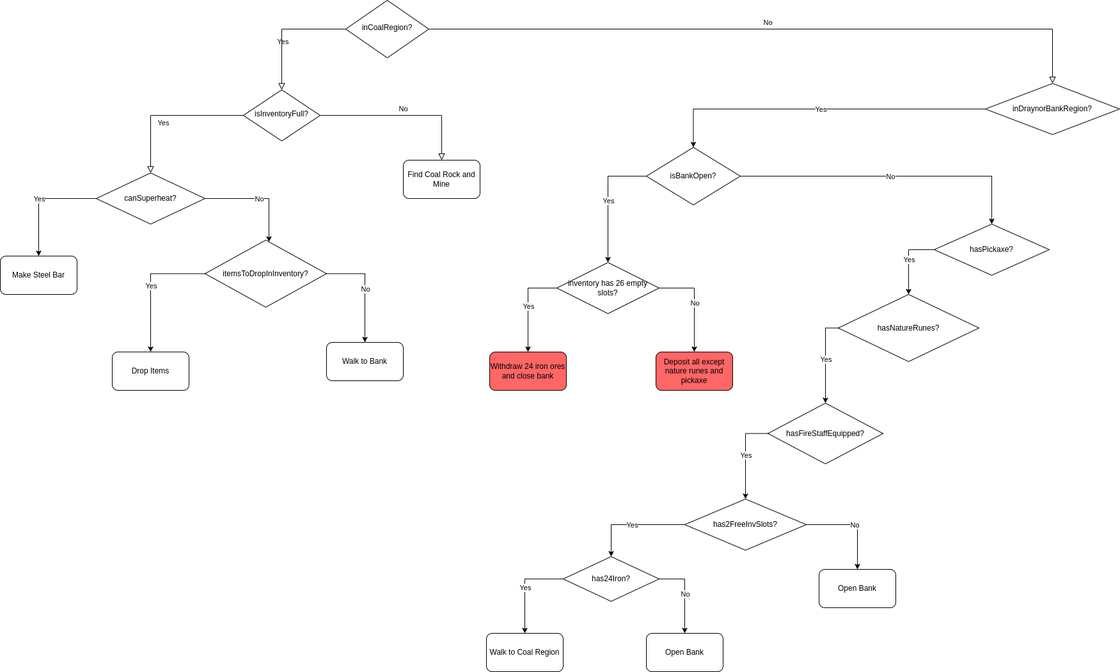
palyfight/superheat-bot keeps this draw.io diagram as flowchart.png. Above is the earlier version. Source tidied: cells renumbered, new cells last; positions are measured from the earlier drawing's top-left corner, leaving out a move shared by most shapes. Its diagram source:
```xml
<mxGraphModel>
  <root>
    <mxCell id="0" />
    <mxCell id="1" parent="0" />
    <mxCell id="2" value="Yes" style="rounded=0;html=1;jettySize=auto;fontSize=11;endArrow=block;endFill=0;endSize=8;strokeWidth=1;shadow=0;labelBackgroundColor=none;edgeStyle=orthogonalEdgeStyle;" parent="1" edge="1" source="4" target="7">
      <mxGeometry y="20" relative="1" as="geometry" />
    </mxCell>
    <mxCell id="3" value="No" style="edgeStyle=orthogonalEdgeStyle;rounded=0;html=1;jettySize=auto;fontSize=11;endArrow=block;endFill=0;endSize=8;strokeWidth=1;shadow=0;labelBackgroundColor=none;" parent="1" edge="1" source="4" target="15">
      <mxGeometry y="10" relative="1" as="geometry" />
    </mxCell>
    <mxCell id="4" value="inCoalRegion?" style="rhombus;whiteSpace=wrap;html=1;shadow=0;fontFamily=Helvetica;fontSize=12;align=center;strokeWidth=1;spacing=6;spacingTop=-4;" parent="1" vertex="1">
      <mxGeometry x="540" width="130" height="90" as="geometry" />
    </mxCell>
    <mxCell id="5" value="Yes" style="rounded=0;html=1;jettySize=auto;fontSize=11;endArrow=block;endFill=0;endSize=8;strokeWidth=1;shadow=0;labelBackgroundColor=none;edgeStyle=orthogonalEdgeStyle;" parent="1" edge="1" source="7" target="8">
      <mxGeometry x="0.33" y="20" relative="1" as="geometry" />
    </mxCell>
    <mxCell id="6" value="No" style="edgeStyle=orthogonalEdgeStyle;rounded=0;html=1;jettySize=auto;fontSize=11;endArrow=block;endFill=0;endSize=8;strokeWidth=1;shadow=0;labelBackgroundColor=none;entryX=0.5;entryY=0;entryDx=0;entryDy=0;" parent="1" edge="1" source="7" target="14">
      <mxGeometry y="10" relative="1" as="geometry" />
    </mxCell>
    <mxCell id="7" value="isInventoryFull?" style="rhombus;whiteSpace=wrap;html=1;shadow=0;fontFamily=Helvetica;fontSize=12;align=center;strokeWidth=1;spacing=6;spacingTop=-4;" parent="1" vertex="1">
      <mxGeometry x="380" y="140" width="120" height="80" as="geometry" />
    </mxCell>
    <mxCell id="8" value="canSuperheat?" style="rhombus;whiteSpace=wrap;html=1;" parent="1" vertex="1">
      <mxGeometry x="150" y="270" width="170" height="80" as="geometry" />
    </mxCell>
    <mxCell id="9" style="endArrow=classic;html=1;rounded=0;exitX=0;exitY=0.5;exitDx=0;exitDy=0;edgeStyle=orthogonalEdgeStyle;" parent="1" edge="1" source="8" target="11">
      <mxGeometry relative="1" as="geometry" />
    </mxCell>
    <mxCell id="10" value="Yes" style="edgeLabel;html=1;align=center;verticalAlign=middle;" parent="9" vertex="1">
      <mxGeometry relative="1" as="geometry" />
    </mxCell>
    <mxCell id="11" value="Make Steel Bar" style="rounded=1;whiteSpace=wrap;html=1;" parent="1" vertex="1">
      <mxGeometry y="400" width="120" height="60" as="geometry" />
    </mxCell>
    <mxCell id="12" style="endArrow=classic;html=1;rounded=0;exitX=1;exitY=0.5;exitDx=0;exitDy=0;edgeStyle=orthogonalEdgeStyle;" parent="1" edge="1" source="8" target="46">
      <mxGeometry relative="1" as="geometry">
        <Array as="points">
          <mxPoint x="420" y="310" />
          <mxPoint x="420" y="410" />
        </Array>
      </mxGeometry>
    </mxCell>
    <mxCell id="13" value="No" style="edgeLabel;html=1;align=center;verticalAlign=middle;" parent="12" vertex="1">
      <mxGeometry relative="1" as="geometry" />
    </mxCell>
    <mxCell id="14" value="Find Coal Rock and Mine" style="rounded=1;whiteSpace=wrap;html=1;" parent="1" vertex="1">
      <mxGeometry x="630" y="250" width="120" height="60" as="geometry" />
    </mxCell>
    <mxCell id="15" value="inDraynorBankRegion?" style="rhombus;whiteSpace=wrap;html=1;" parent="1" vertex="1">
      <mxGeometry x="1540" y="130" width="210" height="80" as="geometry" />
    </mxCell>
    <mxCell id="16" style="endArrow=classic;html=1;rounded=0;exitX=0;exitY=0.5;exitDx=0;exitDy=0;edgeStyle=orthogonalEdgeStyle;" parent="1" edge="1" source="15" target="18">
      <mxGeometry relative="1" as="geometry" />
    </mxCell>
    <mxCell id="17" value="Yes" style="edgeLabel;html=1;align=center;verticalAlign=middle;" parent="16" vertex="1">
      <mxGeometry relative="1" as="geometry" />
    </mxCell>
    <mxCell id="18" value="isBankOpen?" style="rhombus;whiteSpace=wrap;html=1;" parent="1" vertex="1">
      <mxGeometry x="1010" y="230" width="147" height="90" as="geometry" />
    </mxCell>
    <mxCell id="19" style="endArrow=classic;html=1;rounded=0;exitX=0;exitY=0.5;exitDx=0;exitDy=0;edgeStyle=orthogonalEdgeStyle;" parent="1" edge="1" source="18" target="21">
      <mxGeometry relative="1" as="geometry" />
    </mxCell>
    <mxCell id="20" value="Yes" style="edgeLabel;html=1;align=center;verticalAlign=middle;" parent="19" vertex="1">
      <mxGeometry relative="1" as="geometry" />
    </mxCell>
    <mxCell id="21" value="inventory has 26 empty slots?" style="rhombus;whiteSpace=wrap;html=1;" parent="1" vertex="1">
      <mxGeometry x="870" y="410" width="160" height="80" as="geometry" />
    </mxCell>
    <mxCell id="22" style="endArrow=classic;html=1;rounded=0;exitX=0;exitY=0.5;exitDx=0;exitDy=0;edgeStyle=orthogonalEdgeStyle;" parent="1" edge="1" source="21" target="27">
      <mxGeometry relative="1" as="geometry" />
    </mxCell>
    <mxCell id="23" value="Yes" style="edgeLabel;html=1;align=center;verticalAlign=middle;" parent="22" vertex="1">
      <mxGeometry relative="1" as="geometry" />
    </mxCell>
    <mxCell id="24" style="endArrow=classic;html=1;rounded=0;exitX=1;exitY=0.5;exitDx=0;exitDy=0;edgeStyle=orthogonalEdgeStyle;" parent="1" edge="1" source="21" target="26">
      <mxGeometry relative="1" as="geometry" />
    </mxCell>
    <mxCell id="25" value="No" style="edgeLabel;html=1;align=center;verticalAlign=middle;" parent="24" vertex="1">
      <mxGeometry relative="1" as="geometry" />
    </mxCell>
    <mxCell id="26" value="Deposit all except nature runes and pickaxe" style="rounded=1;whiteSpace=wrap;html=1;fillColor=#FF6666;" parent="1" vertex="1">
      <mxGeometry x="1025" y="550" width="120" height="60" as="geometry" />
    </mxCell>
    <mxCell id="27" value="Withdraw 24 iron ores&lt;br style=&quot;border-color: var(--border-color);&quot;&gt;and close bank" style="rounded=1;whiteSpace=wrap;html=1;fillColor=#FF6666;" parent="1" vertex="1">
      <mxGeometry x="765" y="550" width="120" height="60" as="geometry" />
    </mxCell>
    <mxCell id="28" style="endArrow=classic;html=1;rounded=0;exitX=1;exitY=0.5;exitDx=0;exitDy=0;edgeStyle=orthogonalEdgeStyle;" parent="1" edge="1" source="18" target="30">
      <mxGeometry relative="1" as="geometry" />
    </mxCell>
    <mxCell id="29" value="No" style="edgeLabel;html=1;align=center;verticalAlign=middle;" parent="28" vertex="1">
      <mxGeometry relative="1" as="geometry" />
    </mxCell>
    <mxCell id="30" value="hasPickaxe?" style="rhombus;whiteSpace=wrap;html=1;" parent="1" vertex="1">
      <mxGeometry x="1460" y="350" width="180" height="80" as="geometry" />
    </mxCell>
    <mxCell id="31" style="endArrow=classic;html=1;rounded=0;exitX=0;exitY=0.5;exitDx=0;exitDy=0;edgeStyle=orthogonalEdgeStyle;" parent="1" edge="1" source="30" target="33">
      <mxGeometry relative="1" as="geometry" />
    </mxCell>
    <mxCell id="32" value="Yes" style="edgeLabel;html=1;align=center;verticalAlign=middle;" parent="31" vertex="1">
      <mxGeometry relative="1" as="geometry" />
    </mxCell>
    <mxCell id="33" value="hasNatureRunes?" style="rhombus;whiteSpace=wrap;html=1;" parent="1" vertex="1">
      <mxGeometry x="1310" y="460" width="220" height="105" as="geometry" />
    </mxCell>
    <mxCell id="34" style="endArrow=classic;html=1;rounded=0;edgeStyle=orthogonalEdgeStyle;exitX=0;exitY=0.5;exitDx=0;exitDy=0;" parent="1" edge="1" source="33" target="36">
      <mxGeometry relative="1" as="geometry" />
    </mxCell>
    <mxCell id="35" value="Yes" style="edgeLabel;html=1;align=center;verticalAlign=middle;" parent="34" vertex="1">
      <mxGeometry relative="1" as="geometry" />
    </mxCell>
    <mxCell id="36" value="hasFireStaffEquipped?" style="rhombus;whiteSpace=wrap;html=1;" parent="1" vertex="1">
      <mxGeometry x="1200" y="630" width="180" height="95" as="geometry" />
    </mxCell>
    <mxCell id="37" style="endArrow=classic;html=1;rounded=0;exitX=0;exitY=0.5;exitDx=0;exitDy=0;edgeStyle=orthogonalEdgeStyle;" parent="1" edge="1" source="36" target="39">
      <mxGeometry relative="1" as="geometry" />
    </mxCell>
    <mxCell id="38" value="Yes" style="edgeLabel;html=1;align=center;verticalAlign=middle;" parent="37" vertex="1">
      <mxGeometry relative="1" as="geometry" />
    </mxCell>
    <mxCell id="39" value="has2FreeInvSlots?" style="rhombus;whiteSpace=wrap;html=1;" parent="1" vertex="1">
      <mxGeometry x="1070" y="780" width="190" height="80" as="geometry" />
    </mxCell>
    <mxCell id="40" style="endArrow=classic;html=1;rounded=0;exitX=0;exitY=0.5;exitDx=0;exitDy=0;edgeStyle=orthogonalEdgeStyle;" parent="1" edge="1" source="39" target="42">
      <mxGeometry relative="1" as="geometry" />
    </mxCell>
    <mxCell id="41" value="Yes" style="edgeLabel;html=1;align=center;verticalAlign=middle;" parent="40" vertex="1">
      <mxGeometry relative="1" as="geometry" />
    </mxCell>
    <mxCell id="42" value="has24Iron?" style="rhombus;whiteSpace=wrap;html=1;" parent="1" vertex="1">
      <mxGeometry x="880" y="870" width="150" height="70" as="geometry" />
    </mxCell>
    <mxCell id="43" style="endArrow=classic;html=1;rounded=0;exitX=0;exitY=0.5;exitDx=0;exitDy=0;edgeStyle=orthogonalEdgeStyle;" parent="1" edge="1" source="42" target="45">
      <mxGeometry relative="1" as="geometry" />
    </mxCell>
    <mxCell id="44" value="Yes" style="edgeLabel;html=1;align=center;verticalAlign=middle;" parent="43" vertex="1">
      <mxGeometry relative="1" as="geometry" />
    </mxCell>
    <mxCell id="45" value="Walk to Coal Region" style="rounded=1;whiteSpace=wrap;html=1;" parent="1" vertex="1">
      <mxGeometry x="760" y="990" width="120" height="60" as="geometry" />
    </mxCell>
    <mxCell id="46" value="itemsToDropInInventory?" style="rhombus;whiteSpace=wrap;html=1;" parent="1" vertex="1">
      <mxGeometry x="320" y="375" width="190" height="105" as="geometry" />
    </mxCell>
    <mxCell id="47" style="endArrow=classic;html=1;rounded=0;exitX=0;exitY=0.5;exitDx=0;exitDy=0;edgeStyle=orthogonalEdgeStyle;" parent="1" edge="1" source="46" target="49">
      <mxGeometry relative="1" as="geometry" />
    </mxCell>
    <mxCell id="48" value="Yes" style="edgeLabel;html=1;align=center;verticalAlign=middle;" parent="47" vertex="1">
      <mxGeometry relative="1" as="geometry" />
    </mxCell>
    <mxCell id="49" value="Drop Items" style="rounded=1;whiteSpace=wrap;html=1;" parent="1" vertex="1">
      <mxGeometry x="175" y="550" width="120" height="60" as="geometry" />
    </mxCell>
    <mxCell id="50" style="endArrow=classic;html=1;rounded=0;exitX=1;exitY=0.5;exitDx=0;exitDy=0;edgeStyle=orthogonalEdgeStyle;" parent="1" edge="1" source="46" target="52">
      <mxGeometry relative="1" as="geometry" />
    </mxCell>
    <mxCell id="51" value="No" style="edgeLabel;html=1;align=center;verticalAlign=middle;" parent="50" vertex="1">
      <mxGeometry relative="1" as="geometry" />
    </mxCell>
    <mxCell id="52" value="Walk to Bank" style="rounded=1;whiteSpace=wrap;html=1;" parent="1" vertex="1">
      <mxGeometry x="510" y="535" width="120" height="60" as="geometry" />
    </mxCell>
    <mxCell id="53" style="endArrow=classic;html=1;rounded=0;exitX=1;exitY=0.5;exitDx=0;exitDy=0;edgeStyle=orthogonalEdgeStyle;" parent="1" edge="1" source="42" target="55">
      <mxGeometry relative="1" as="geometry" />
    </mxCell>
    <mxCell id="54" value="No" style="edgeLabel;html=1;align=center;verticalAlign=middle;" parent="53" vertex="1">
      <mxGeometry relative="1" as="geometry" />
    </mxCell>
    <mxCell id="55" value="Open Bank" style="rounded=1;whiteSpace=wrap;html=1;" parent="1" vertex="1">
      <mxGeometry x="1010" y="990" width="120" height="60" as="geometry" />
    </mxCell>
    <mxCell id="56" style="endArrow=classic;html=1;rounded=0;exitX=1;exitY=0.5;exitDx=0;exitDy=0;edgeStyle=orthogonalEdgeStyle;" parent="1" edge="1" source="39" target="58">
      <mxGeometry relative="1" as="geometry" />
    </mxCell>
    <mxCell id="57" value="No" style="edgeLabel;html=1;align=center;verticalAlign=middle;" parent="56" vertex="1">
      <mxGeometry relative="1" as="geometry" />
    </mxCell>
    <mxCell id="58" value="Open Bank" style="rounded=1;whiteSpace=wrap;html=1;" parent="1" vertex="1">
      <mxGeometry x="1280" y="890" width="120" height="60" as="geometry" />
    </mxCell>
  </root>
</mxGraphModel>
```
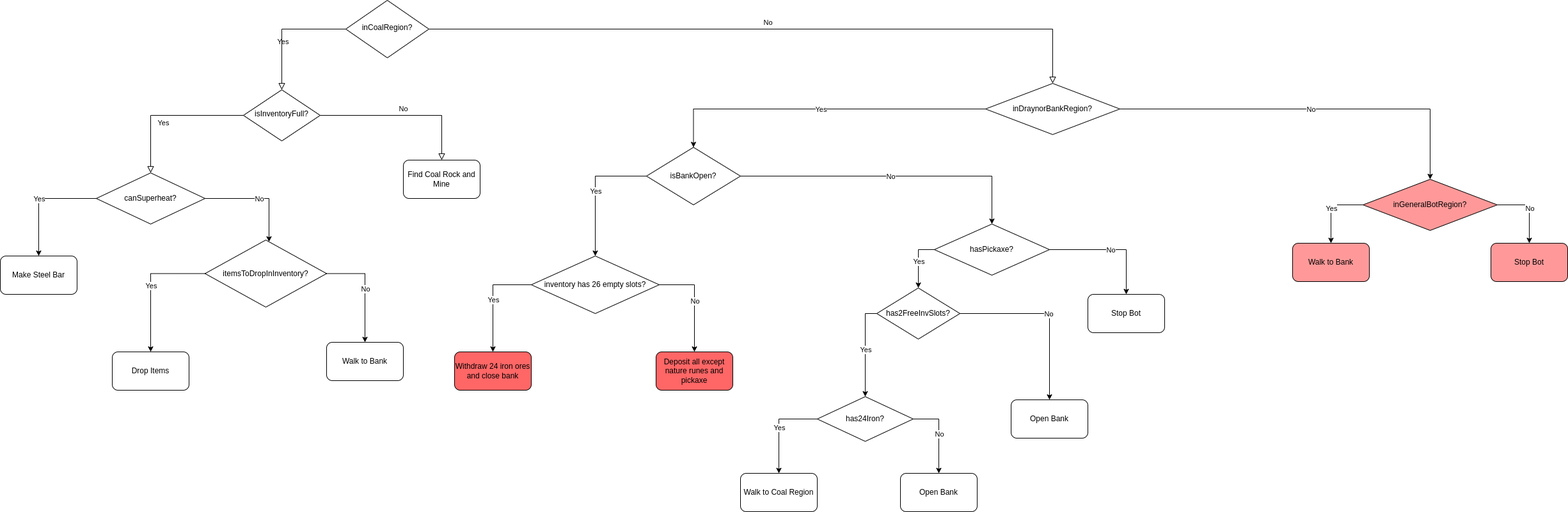
Above is the later version.

The edit, as a diff of the source:
```diff
@@ -65,7 +65,7 @@
       <mxGeometry relative="1" as="geometry" />
     </mxCell>
     <mxCell id="21" value="inventory has 26 empty slots?" style="rhombus;whiteSpace=wrap;html=1;" parent="1" vertex="1">
-      <mxGeometry x="870" y="410" width="160" height="80" as="geometry" />
+      <mxGeometry x="830" y="400" width="200" height="90" as="geometry" />
     </mxCell>
     <mxCell id="22" style="endArrow=classic;html=1;rounded=0;exitX=0;exitY=0.5;exitDx=0;exitDy=0;edgeStyle=orthogonalEdgeStyle;" parent="1" edge="1" source="21" target="27">
       <mxGeometry relative="1" as="geometry" />
@@ -83,7 +83,7 @@
       <mxGeometry x="1025" y="550" width="120" height="60" as="geometry" />
     </mxCell>
     <mxCell id="27" value="Withdraw 24 iron ores&lt;br style=&quot;border-color: var(--border-color);&quot;&gt;and close bank" style="rounded=1;whiteSpace=wrap;html=1;fillColor=#FF6666;" parent="1" vertex="1">
-      <mxGeometry x="765" y="550" width="120" height="60" as="geometry" />
+      <mxGeometry x="710" y="550" width="120" height="60" as="geometry" />
     </mxCell>
     <mxCell id="28" style="endArrow=classic;html=1;rounded=0;exitX=1;exitY=0.5;exitDx=0;exitDy=0;edgeStyle=orthogonalEdgeStyle;" parent="1" edge="1" source="18" target="30">
       <mxGeometry relative="1" as="geometry" />
@@ -94,32 +94,14 @@
     <mxCell id="30" value="hasPickaxe?" style="rhombus;whiteSpace=wrap;html=1;" parent="1" vertex="1">
       <mxGeometry x="1460" y="350" width="180" height="80" as="geometry" />
     </mxCell>
-    <mxCell id="31" style="endArrow=classic;html=1;rounded=0;exitX=0;exitY=0.5;exitDx=0;exitDy=0;edgeStyle=orthogonalEdgeStyle;" parent="1" edge="1" source="30" target="33">
+    <mxCell id="31" style="endArrow=classic;html=1;rounded=0;exitX=0;exitY=0.5;exitDx=0;exitDy=0;edgeStyle=orthogonalEdgeStyle;entryX=0.5;entryY=0;entryDx=0;entryDy=0;" parent="1" edge="1" source="30" target="39">
       <mxGeometry relative="1" as="geometry" />
     </mxCell>
     <mxCell id="32" value="Yes" style="edgeLabel;html=1;align=center;verticalAlign=middle;" parent="31" vertex="1">
       <mxGeometry relative="1" as="geometry" />
     </mxCell>
-    <mxCell id="33" value="hasNatureRunes?" style="rhombus;whiteSpace=wrap;html=1;" parent="1" vertex="1">
-      <mxGeometry x="1310" y="460" width="220" height="105" as="geometry" />
-    </mxCell>
-    <mxCell id="34" style="endArrow=classic;html=1;rounded=0;edgeStyle=orthogonalEdgeStyle;exitX=0;exitY=0.5;exitDx=0;exitDy=0;" parent="1" edge="1" source="33" target="36">
-      <mxGeometry relative="1" as="geometry" />
-    </mxCell>
-    <mxCell id="35" value="Yes" style="edgeLabel;html=1;align=center;verticalAlign=middle;" parent="34" vertex="1">
-      <mxGeometry relative="1" as="geometry" />
-    </mxCell>
-    <mxCell id="36" value="hasFireStaffEquipped?" style="rhombus;whiteSpace=wrap;html=1;" parent="1" vertex="1">
-      <mxGeometry x="1200" y="630" width="180" height="95" as="geometry" />
-    </mxCell>
-    <mxCell id="37" style="endArrow=classic;html=1;rounded=0;exitX=0;exitY=0.5;exitDx=0;exitDy=0;edgeStyle=orthogonalEdgeStyle;" parent="1" edge="1" source="36" target="39">
-      <mxGeometry relative="1" as="geometry" />
-    </mxCell>
-    <mxCell id="38" value="Yes" style="edgeLabel;html=1;align=center;verticalAlign=middle;" parent="37" vertex="1">
-      <mxGeometry relative="1" as="geometry" />
-    </mxCell>
     <mxCell id="39" value="has2FreeInvSlots?" style="rhombus;whiteSpace=wrap;html=1;" parent="1" vertex="1">
-      <mxGeometry x="1070" y="780" width="190" height="80" as="geometry" />
+      <mxGeometry x="1370" y="450" width="130" height="80" as="geometry" />
     </mxCell>
     <mxCell id="40" style="endArrow=classic;html=1;rounded=0;exitX=0;exitY=0.5;exitDx=0;exitDy=0;edgeStyle=orthogonalEdgeStyle;" parent="1" edge="1" source="39" target="42">
       <mxGeometry relative="1" as="geometry" />
@@ -128,7 +110,7 @@
       <mxGeometry relative="1" as="geometry" />
     </mxCell>
     <mxCell id="42" value="has24Iron?" style="rhombus;whiteSpace=wrap;html=1;" parent="1" vertex="1">
-      <mxGeometry x="880" y="870" width="150" height="70" as="geometry" />
+      <mxGeometry x="1277" y="620" width="150" height="70" as="geometry" />
     </mxCell>
     <mxCell id="43" style="endArrow=classic;html=1;rounded=0;exitX=0;exitY=0.5;exitDx=0;exitDy=0;edgeStyle=orthogonalEdgeStyle;" parent="1" edge="1" source="42" target="45">
       <mxGeometry relative="1" as="geometry" />
@@ -137,7 +119,7 @@
       <mxGeometry relative="1" as="geometry" />
     </mxCell>
     <mxCell id="45" value="Walk to Coal Region" style="rounded=1;whiteSpace=wrap;html=1;" parent="1" vertex="1">
-      <mxGeometry x="760" y="990" width="120" height="60" as="geometry" />
+      <mxGeometry x="1157" y="740" width="120" height="60" as="geometry" />
     </mxCell>
     <mxCell id="46" value="itemsToDropInInventory?" style="rhombus;whiteSpace=wrap;html=1;" parent="1" vertex="1">
       <mxGeometry x="320" y="375" width="190" height="105" as="geometry" />
@@ -167,7 +149,7 @@
       <mxGeometry relative="1" as="geometry" />
     </mxCell>
     <mxCell id="55" value="Open Bank" style="rounded=1;whiteSpace=wrap;html=1;" parent="1" vertex="1">
-      <mxGeometry x="1010" y="990" width="120" height="60" as="geometry" />
+      <mxGeometry x="1407" y="740" width="120" height="60" as="geometry" />
     </mxCell>
     <mxCell id="56" style="endArrow=classic;html=1;rounded=0;exitX=1;exitY=0.5;exitDx=0;exitDy=0;edgeStyle=orthogonalEdgeStyle;" parent="1" edge="1" source="39" target="58">
       <mxGeometry relative="1" as="geometry" />
@@ -176,7 +158,43 @@
       <mxGeometry relative="1" as="geometry" />
     </mxCell>
     <mxCell id="58" value="Open Bank" style="rounded=1;whiteSpace=wrap;html=1;" parent="1" vertex="1">
-      <mxGeometry x="1280" y="890" width="120" height="60" as="geometry" />
+      <mxGeometry x="1580" y="625" width="120" height="60" as="geometry" />
     </mxCell>
+    <mxCell id="59" style="endArrow=classic;html=1;rounded=0;exitX=1;exitY=0.5;exitDx=0;exitDy=0;edgeStyle=orthogonalEdgeStyle;" parent="1" edge="1" source="30" target="61">
+      <mxGeometry relative="1" as="geometry" />
+    </mxCell>
+    <mxCell id="60" value="No" style="edgeLabel;html=1;align=center;verticalAlign=middle;fillColor=#FFFFFF;" parent="59" vertex="1">
+      <mxGeometry relative="1" as="geometry" />
+    </mxCell>
+    <mxCell id="61" value="Stop Bot" style="rounded=1;whiteSpace=wrap;html=1;fillColor=#FFFFFF;" parent="1" vertex="1">
+      <mxGeometry x="1700" y="460" width="120" height="60" as="geometry" />
+    </mxCell>
+    <mxCell id="62" style="endArrow=classic;html=1;rounded=0;exitX=1;exitY=0.5;exitDx=0;exitDy=0;edgeStyle=orthogonalEdgeStyle;" parent="1" edge="1" source="15" target="64">
+      <mxGeometry relative="1" as="geometry" />
+    </mxCell>
+    <mxCell id="63" value="No" style="edgeLabel;html=1;align=center;verticalAlign=middle;fillColor=#FFFFFF;" parent="62" vertex="1">
+      <mxGeometry relative="1" as="geometry" />
+    </mxCell>
+    <mxCell id="64" value="inGeneralBotRegion?" style="rhombus;whiteSpace=wrap;html=1;fillColor=#FF9999;" parent="1" vertex="1">
+      <mxGeometry x="2130" y="280" width="210" height="80" as="geometry" />
+    </mxCell>
+    <mxCell id="65" style="endArrow=classic;html=1;rounded=0;exitX=1;exitY=0.5;exitDx=0;exitDy=0;edgeStyle=orthogonalEdgeStyle;fillColor=#FF9999;" parent="1" edge="1" source="64" target="70">
+      <mxGeometry relative="1" as="geometry" />
+    </mxCell>
+    <mxCell id="66" value="No" style="edgeLabel;html=1;align=center;verticalAlign=middle;fillColor=#FF9999;" parent="65" vertex="1">
+      <mxGeometry relative="1" as="geometry" />
+    </mxCell>
+    <mxCell id="67" style="endArrow=classic;html=1;rounded=0;exitX=0;exitY=0.5;exitDx=0;exitDy=0;edgeStyle=orthogonalEdgeStyle;fillColor=#FF9999;" parent="1" edge="1" source="64" target="69">
+      <mxGeometry relative="1" as="geometry" />
+    </mxCell>
+    <mxCell id="68" value="Yes" style="edgeLabel;html=1;align=center;verticalAlign=middle;fillColor=#FF9999;" parent="67" vertex="1">
+      <mxGeometry relative="1" as="geometry" />
+    </mxCell>
+    <mxCell id="69" value="Walk to Bank" style="rounded=1;whiteSpace=wrap;html=1;fillColor=#FF9999;" parent="1" vertex="1">
+      <mxGeometry x="2020" y="380" width="120" height="60" as="geometry" />
+    </mxCell>
+    <mxCell id="70" value="Stop Bot" style="rounded=1;whiteSpace=wrap;html=1;fillColor=#FF9999;" parent="1" vertex="1">
+      <mxGeometry x="2330" y="380" width="120" height="60" as="geometry" />
+    </mxCell>
   </root>
 </mxGraphModel>
```
